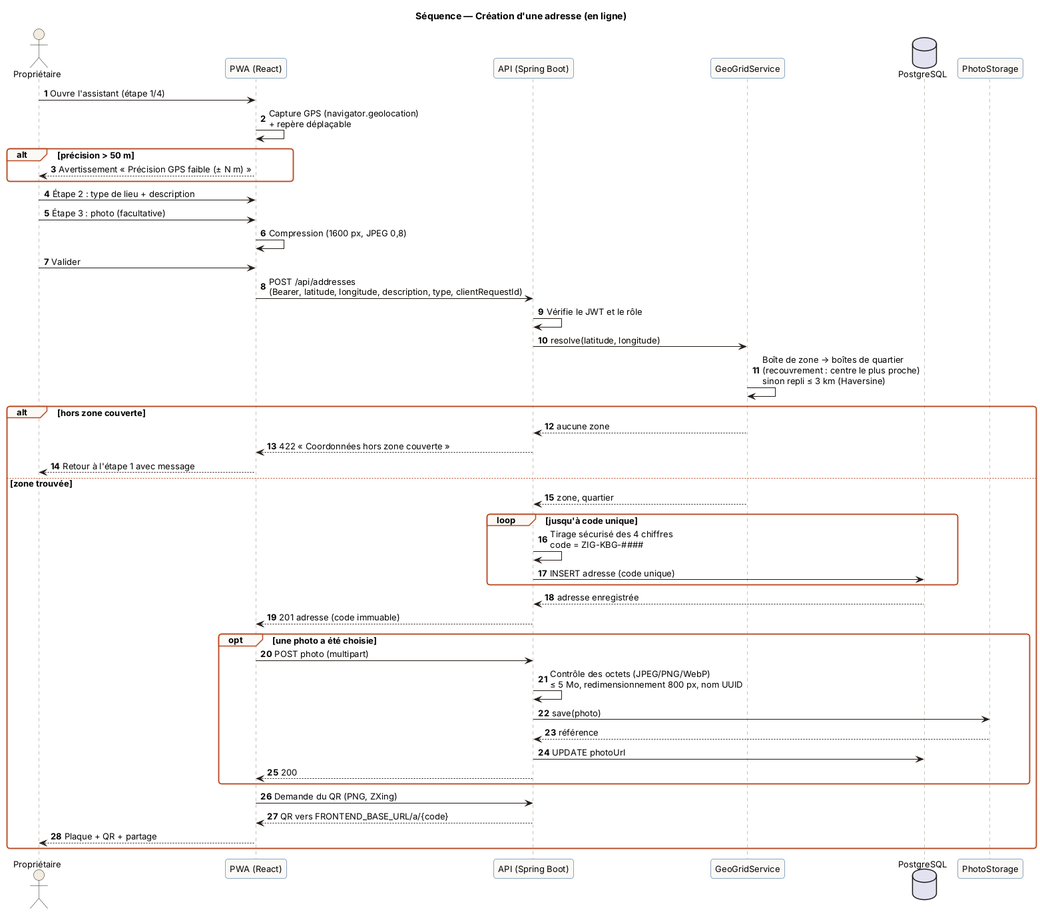
The PlantUML diagram uml-samaadresse/docs/uml/rendus/04-seq-creation-en-ligne.png in Mahou-Dev/SamaAdresse, before a commit.
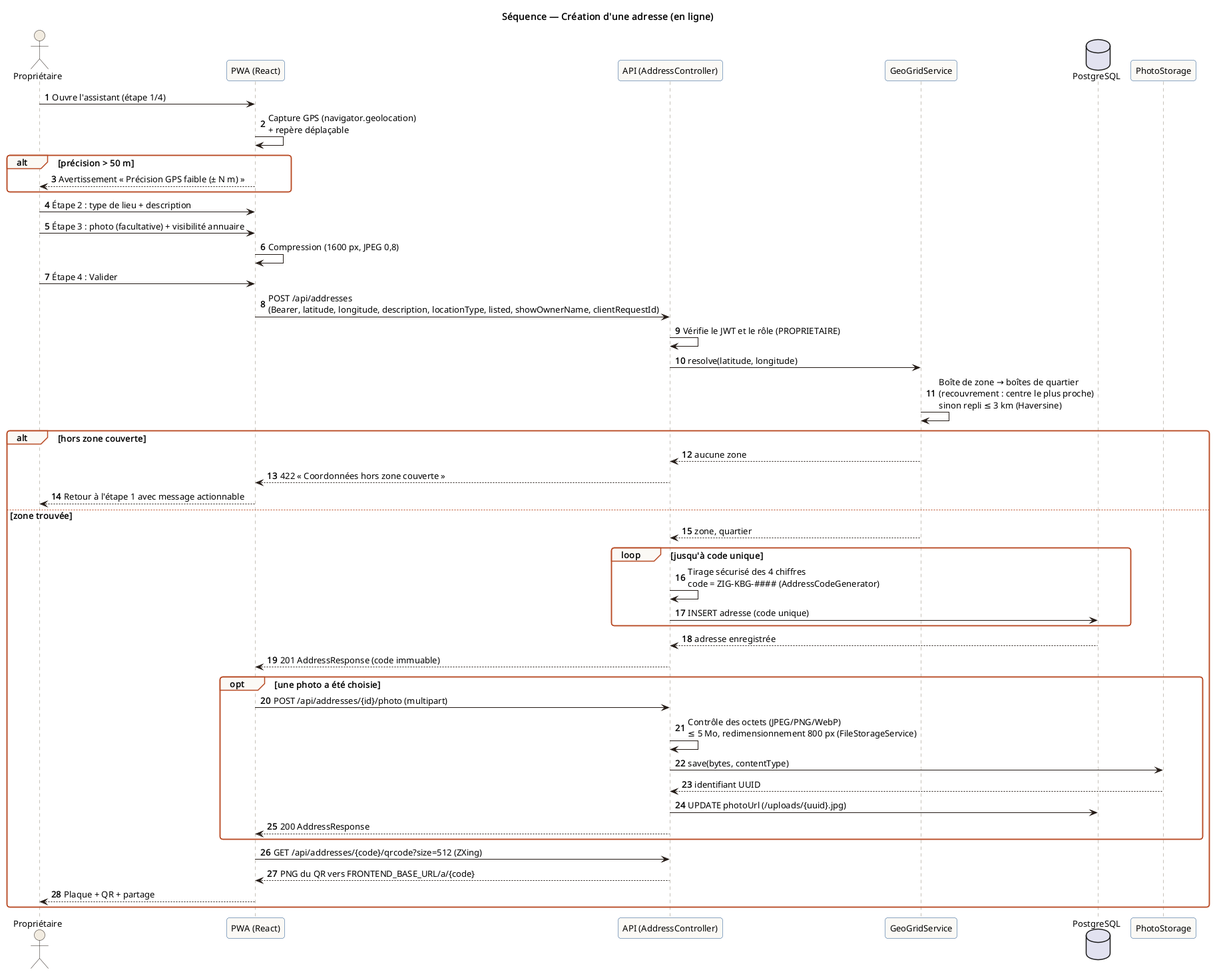
Above is the later version.

The edit, as a diff of the source:
```diff
@@ -1,10 +1,11 @@
 @startuml 04-seq-creation-en-ligne
+!pragma layout smetana
 !include _style.puml
 title Séquence — Création d'une adresse (en ligne)
 autonumber
 actor "Propriétaire" as O
 participant "PWA (React)" as UI
-participant "API (Spring Boot)" as API
+participant "API (AddressController)" as API
 participant "GeoGridService" as GEO
 database "PostgreSQL" as DB
 participant "PhotoStorage" as PS
@@ -15,35 +16,35 @@
   UI --> O : Avertissement « Précision GPS faible (± N m) »
 end
 O -> UI : Étape 2 : type de lieu + description
-O -> UI : Étape 3 : photo (facultative)
+O -> UI : Étape 3 : photo (facultative) + visibilité annuaire
 UI -> UI : Compression (1600 px, JPEG 0,8)
-O -> UI : Valider
-UI -> API : POST /api/addresses\n(Bearer, latitude, longitude, description, type, clientRequestId)
-API -> API : Vérifie le JWT et le rôle
+O -> UI : Étape 4 : Valider
+UI -> API : POST /api/addresses\n(Bearer, latitude, longitude, description, locationType, listed, showOwnerName, clientRequestId)
+API -> API : Vérifie le JWT et le rôle (PROPRIETAIRE)
 API -> GEO : resolve(latitude, longitude)
 GEO -> GEO : Boîte de zone → boîtes de quartier\n(recouvrement : centre le plus proche)\nsinon repli ≤ 3 km (Haversine)
 alt hors zone couverte
   GEO --> API : aucune zone
   API --> UI : 422 « Coordonnées hors zone couverte »
-  UI --> O : Retour à l'étape 1 avec message
+  UI --> O : Retour à l'étape 1 avec message actionnable
 else zone trouvée
   GEO --> API : zone, quartier
   loop jusqu'à code unique
-    API -> API : Tirage sécurisé des 4 chiffres\ncode = ZIG-KBG-####
+    API -> API : Tirage sécurisé des 4 chiffres\ncode = ZIG-KBG-#### (AddressCodeGenerator)
     API -> DB : INSERT adresse (code unique)
   end
   DB --> API : adresse enregistrée
-  API --> UI : 201 adresse (code immuable)
+  API --> UI : 201 AddressResponse (code immuable)
   opt une photo a été choisie
-    UI -> API : POST photo (multipart)
-    API -> API : Contrôle des octets (JPEG/PNG/WebP)\n≤ 5 Mo, redimensionnement 800 px, nom UUID
-    API -> PS : save(photo)
-    PS --> API : référence
-    API -> DB : UPDATE photoUrl
-    API --> UI : 200
+    UI -> API : POST /api/addresses/{id}/photo (multipart)
+    API -> API : Contrôle des octets (JPEG/PNG/WebP)\n≤ 5 Mo, redimensionnement 800 px (FileStorageService)
+    API -> PS : save(bytes, contentType)
+    PS --> API : identifiant UUID
+    API -> DB : UPDATE photoUrl (/uploads/{uuid}.jpg)
+    API --> UI : 200 AddressResponse
   end
-  UI -> API : Demande du QR (PNG, ZXing)
-  API --> UI : QR vers FRONTEND_BASE_URL/a/{code}
+  UI -> API : GET /api/addresses/{code}/qrcode?size=512 (ZXing)
+  API --> UI : PNG du QR vers FRONTEND_BASE_URL/a/{code}
   UI --> O : Plaque + QR + partage
 end
 @enduml
```
